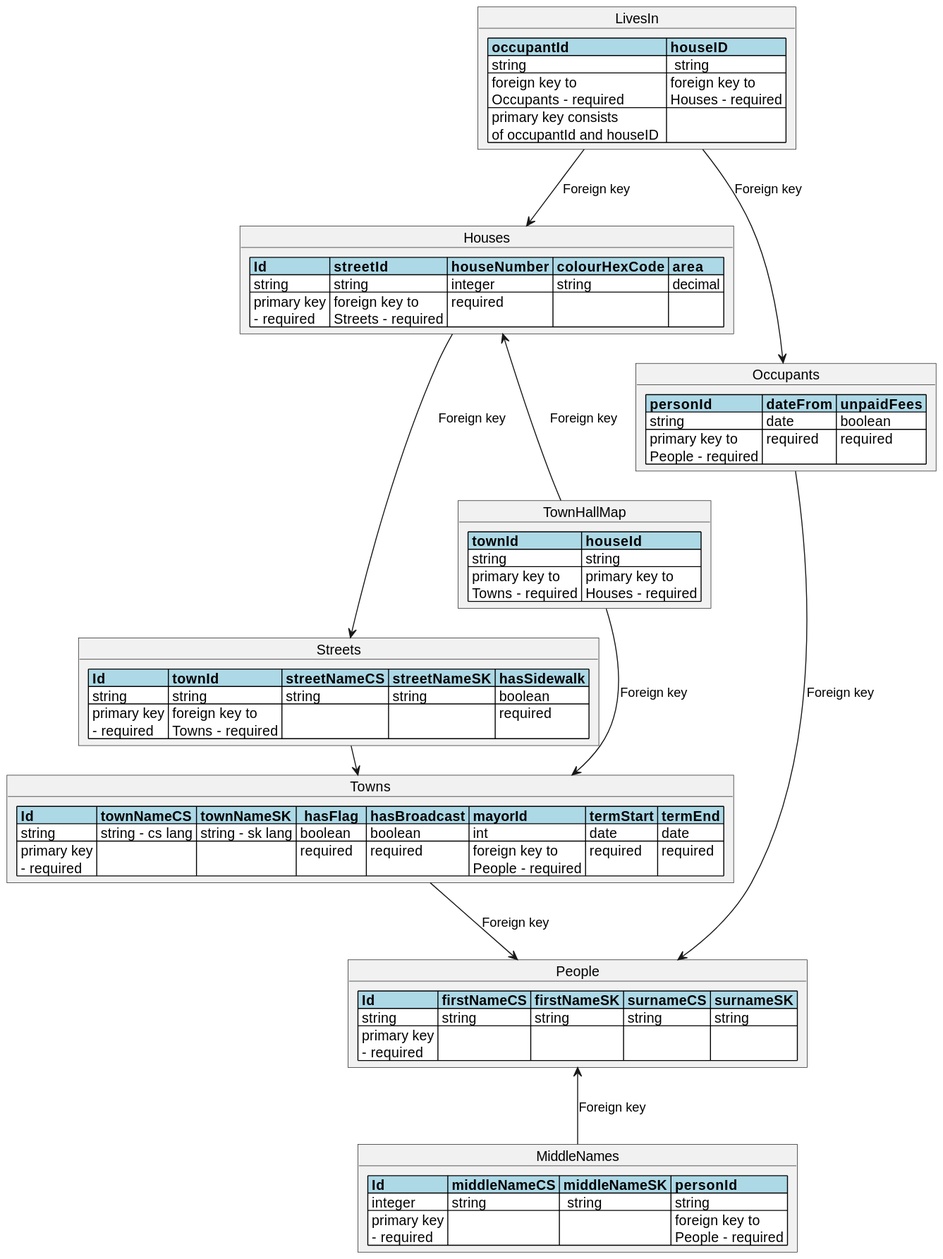
Earlier version of the PlantUML export 4/model/relational.svg (michael-sevcik/NPRG036-Data-Formats).
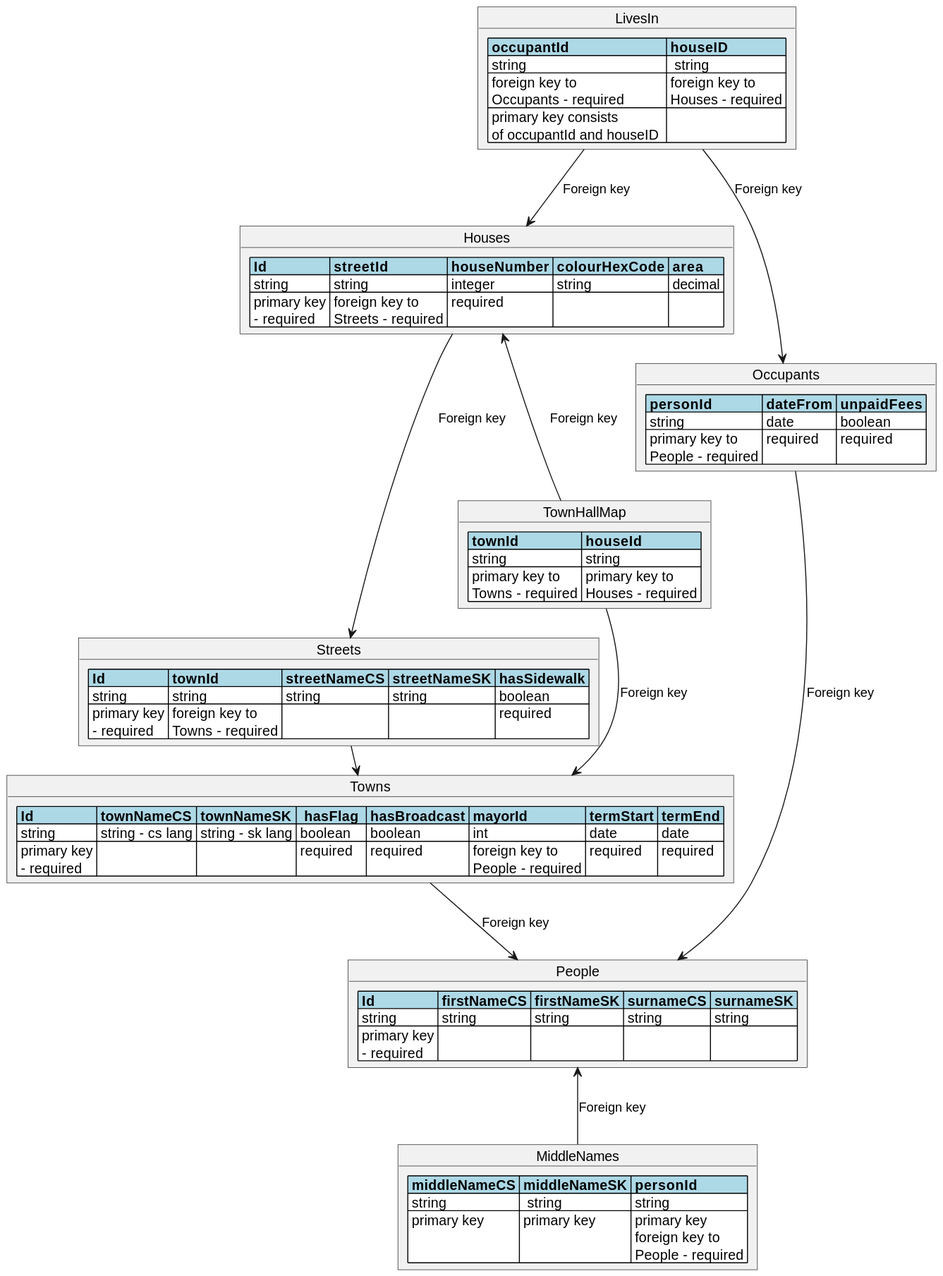
The same diagram one commit later.

What changed in the source:
```diff
@@ -22,11 +22,10 @@
 }
 
 object MiddleNames {
-  <#lightblue,#black>|= Id |= middleNameCS |= middleNameSK |= personId |
-  <#white>| integer | string |  string | string |
-  <#white>| primary key \n - required | | | foreign key to \n People - required |
+  <#lightblue,#black>|= middleNameCS |= middleNameSK |= personId |
+  <#white>| string |  string | string |
+  <#white>| primary key  | primary key | primary key \n foreign key to \n People - required |
 }
-
 object Occupants {
   <#lightblue,#black>|= personId |= dateFrom |= unpaidFees |
   <#white>| string | date | boolean |
```
